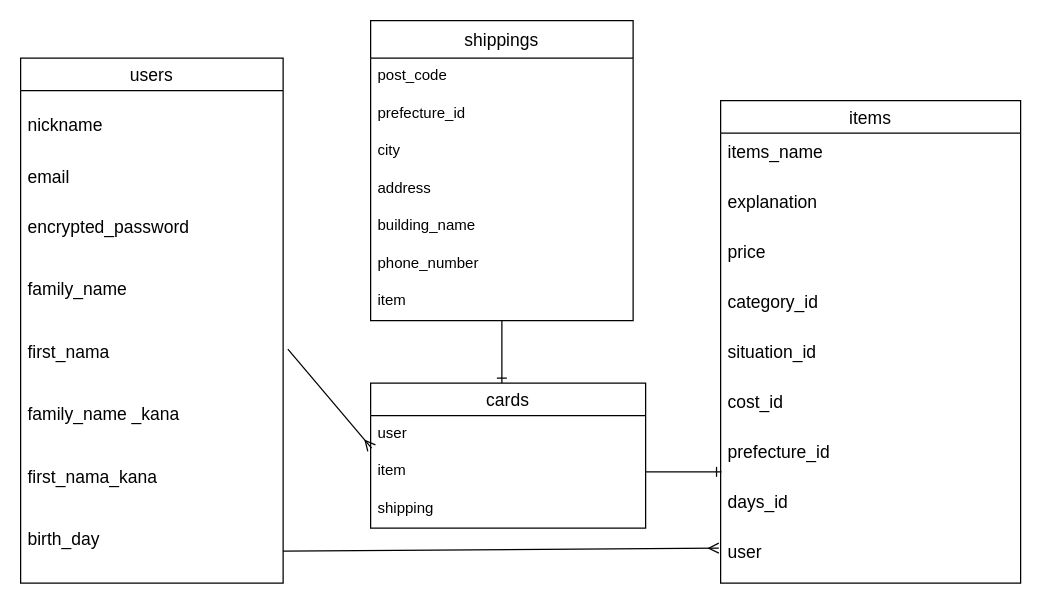
Above: furima.dio in sitahiro/furima-37252 (draw.io), before the change. Source tidied: cells renumbered, new cells numbered last; positions are measured from the earlier drawing's top-left corner, leaving out a move shared by most shapes. Both pictures are drawn from the tidied source at 125%, with x=0, y=0 at pixel (20, 20).
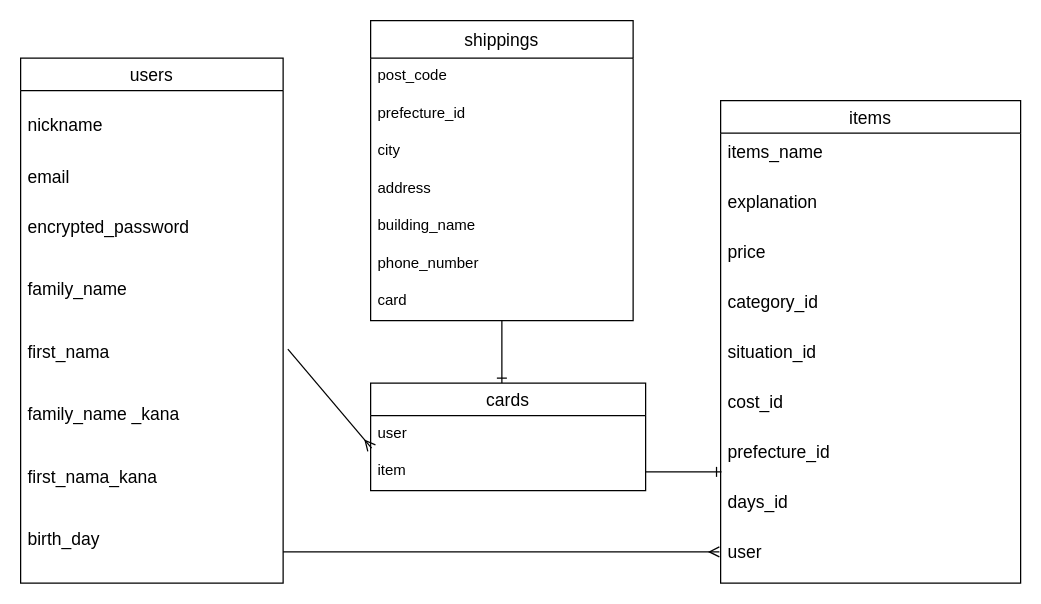
The same diagram, later.

Unchanged cells that the change refers to:
```xml
<mxCell id="10" value="birth_day" style="text;strokeColor=none;fillColor=none;spacingLeft=4;spacingRight=4;overflow=hidden;points=[[0,0.5],[1,0.5]];portConstraint=eastwest;fontSize=14;" parent="2" vertex="1">
  <mxGeometry y="370" width="210" height="50" as="geometry" />
</mxCell>
<mxCell id="20" value="user" style="text;strokeColor=none;fillColor=none;spacingLeft=4;spacingRight=4;overflow=hidden;points=[[0,0.5],[1,0.5]];portConstraint=eastwest;fontSize=14;" parent="11" vertex="1">
  <mxGeometry y="346" width="240" height="40" as="geometry" />
</mxCell>
<mxCell id="22" value="shippings" style="swimlane;fontStyle=0;horizontal=1;startSize=30;align=center;fontSize=14;" parent="1" vertex="1">
  <mxGeometry x="280" width="210" height="240" as="geometry" />
</mxCell>
```

Diff of the diagram source:
```diff
@@
-    <mxCell id="29" value="item" style="text;strokeColor=none;fillColor=none;spacingLeft=4;spacingRight=4;overflow=hidden;fontSize=12;" parent="22" vertex="1">
+    <mxCell id="29" value="card" style="text;strokeColor=none;fillColor=none;spacingLeft=4;spacingRight=4;overflow=hidden;fontSize=12;" parent="22" vertex="1">
       <mxGeometry y="210" width="210" height="30" as="geometry" />
     </mxCell>
@@
-    <mxCell id="31" style="edgeStyle=none;html=1;entryX=-0.006;entryY=0.3;entryDx=0;entryDy=0;entryPerimeter=0;endArrow=ERmany;endFill=0;" parent="1" edge="1" source="10" target="20">
-      <mxGeometry relative="1" as="geometry" />
+    <mxCell id="31" style="edgeStyle=none;html=1;endArrow=ERmany;endFill=0;" parent="1" edge="1" source="10">
+      <mxGeometry relative="1" as="geometry">
+        <mxPoint x="559" y="425" as="targetPoint" />
+        <Array as="points">
+          <mxPoint x="520" y="425" />
+        </Array>
+      </mxGeometry>
     </mxCell>
     <mxCell id="32" value="cards" style="swimlane;fontStyle=0;horizontal=1;startSize=26;align=center;fontSize=14;" parent="1" vertex="1">
-      <mxGeometry x="280" y="290" width="220" height="116" as="geometry" />
+      <mxGeometry x="280" y="290" width="220" height="86" as="geometry" />
     </mxCell>
@@
-    <mxCell id="35" value="shipping" style="text;strokeColor=none;fillColor=none;spacingLeft=4;spacingRight=4;overflow=hidden;fontSize=12;" parent="32" vertex="1">
-      <mxGeometry y="86" width="220" height="30" as="geometry" />
-    </mxCell>
```
